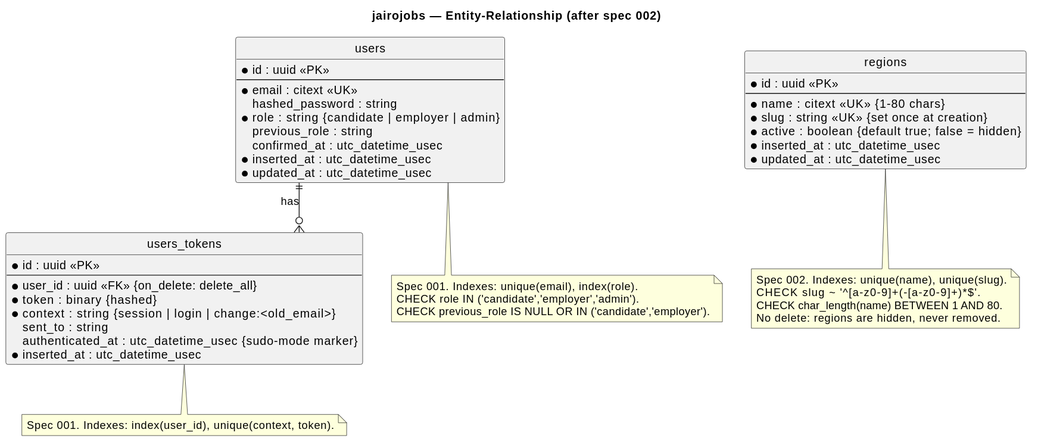
This is docs/architecture/diagrams/out/erd-jairojobs.svg from raseniero/jairojobs-elixir, a PlantUML export, as it was before one commit.
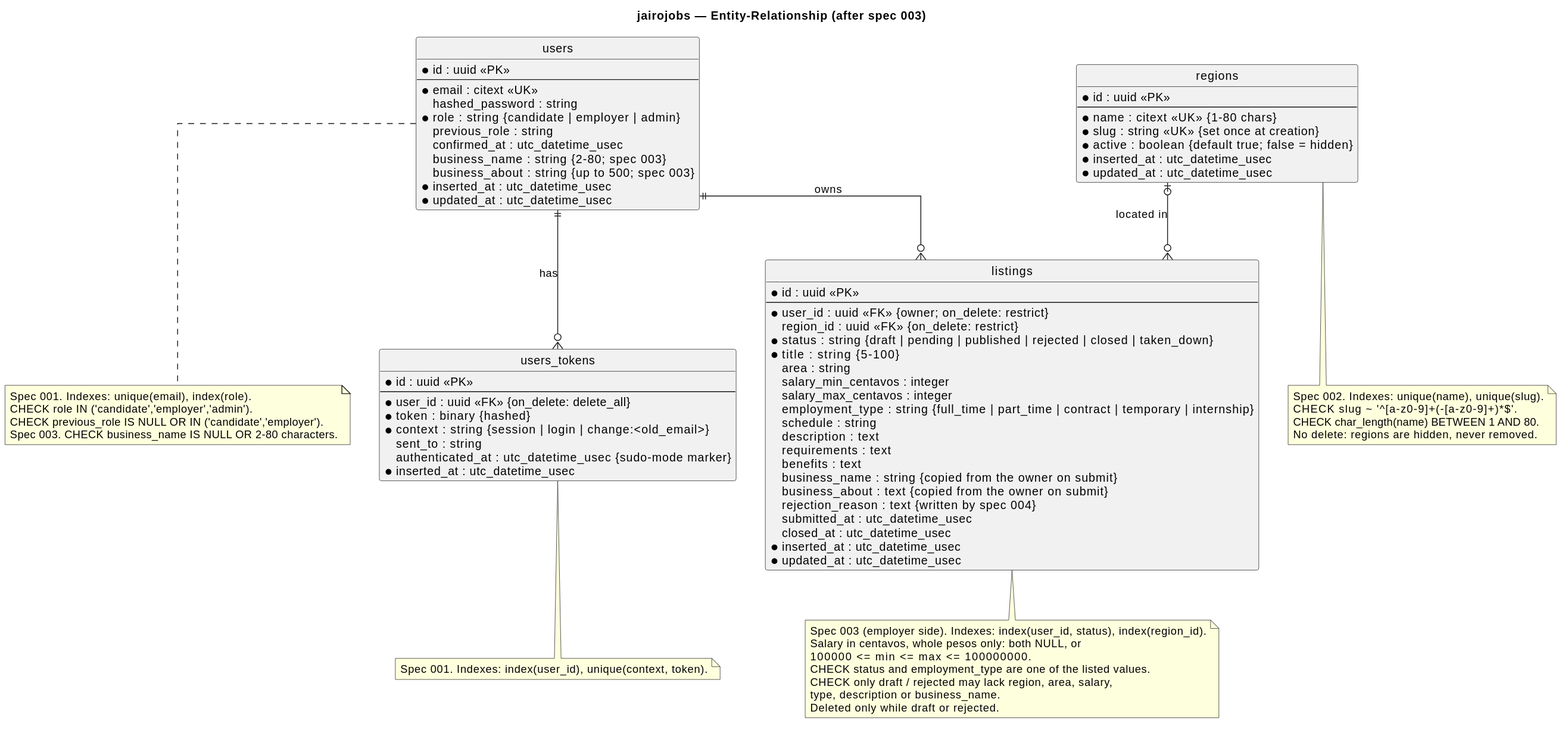
The same diagram one commit later.

Commit message:
docs(spec 003): architecture docs, README, DoD walk; in progress until CI

The edit, as a diff of the source:
```diff
@@ -1,6 +1,6 @@
 @startuml
 
-title jairojobs — Entity-Relationship (after spec 002)
+title jairojobs — Entity-Relationship (after spec 003)
 
 skinparam linetype ortho
 hide circle
@@ -13,6 +13,32 @@
   * role : string  {candidate | employer | admin}
     previous_role : string
     confirmed_at : utc_datetime_usec
+    business_name : string  {2-80; spec 003}
+    business_about : string  {up to 500; spec 003}
+  * inserted_at : utc_datetime_usec
+  * updated_at : utc_datetime_usec
+}
+
+entity "listings" as listings {
+  * id : uuid <<PK>>
+  --
+  * user_id : uuid <<FK>>  {owner; on_delete: restrict}
+    region_id : uuid <<FK>>  {on_delete: restrict}
+  * status : string  {draft | pending | published | rejected | closed | taken_down}
+  * title : string  {5-100}
+    area : string
+    salary_min_centavos : integer
+    salary_max_centavos : integer
+    employment_type : string  {full_time | part_time | contract | temporary | internship}
+    schedule : string
+    description : text
+    requirements : text
+    benefits : text
+    business_name : string  {copied from the owner on submit}
+    business_about : text  {copied from the owner on submit}
+    rejection_reason : text  {written by spec 004}
+    submitted_at : utc_datetime_usec
+    closed_at : utc_datetime_usec
   * inserted_at : utc_datetime_usec
   * updated_at : utc_datetime_usec
 }
@@ -39,11 +65,14 @@
 }
 
 users ||--o{ users_tokens : "has"
+users ||--o{ listings : "owns"
+regions |o--o{ listings : "located in"
 
 note bottom of users
   Spec 001. Indexes: unique(email), index(role).
   CHECK role IN ('candidate','employer','admin').
   CHECK previous_role IS NULL OR IN ('candidate','employer').
+  Spec 003. CHECK business_name IS NULL OR 2-80 characters.
 end note
 
 note bottom of users_tokens
@@ -57,4 +86,14 @@
   No delete: regions are hidden, never removed.
 end note
 
+note bottom of listings
+  Spec 003 (employer side). Indexes: index(user_id, status), index(region_id).
+  Salary in centavos, whole pesos only: both NULL, or
+  100000 <= min <= max <= 100000000.
+  CHECK status and employment_type are one of the listed values.
+  CHECK only draft / rejected may lack region, area, salary,
+  type, description or business_name.
+  Deleted only while draft or rejected.
+end note
+
 @enduml
```
